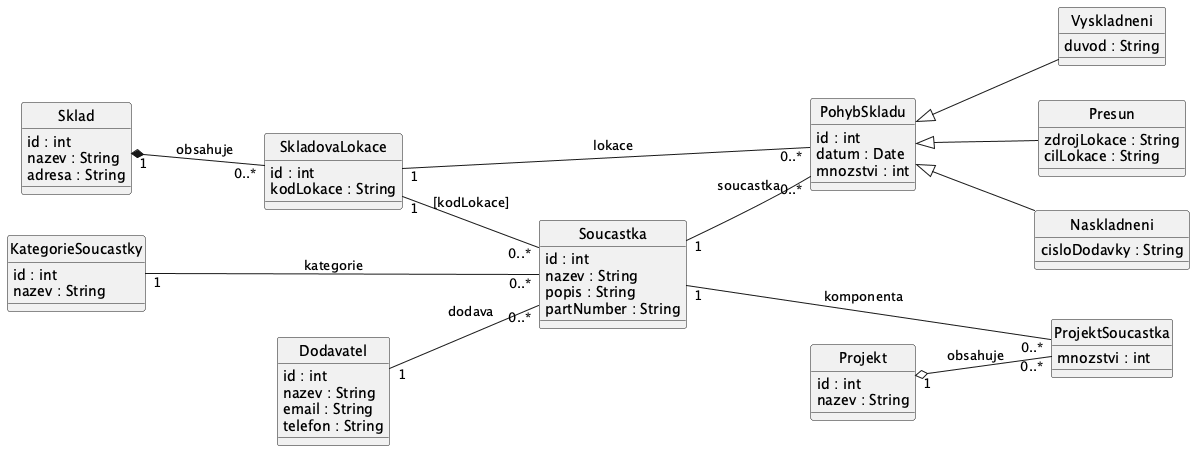
lkvapil/wms-elektronicke-soucastky keeps this PlantUML diagram as docs/images/02a_conceptual_model.png. Above is the earlier version.
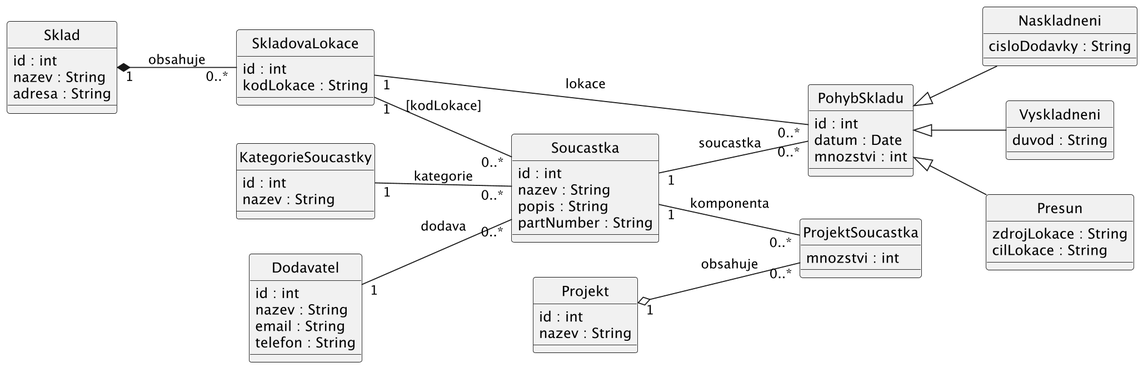
After the change.

Commit message:
feat: scale 1.8, odstraneni skrytych vazeb

Change to the diagram source:
```diff
@@ -1,4 +1,5 @@
 @startuml
+scale 1.8
 left to right direction
 hide circle
 
@@ -60,7 +61,6 @@
   mnozstvi : int
 }
 
-
 KategorieSoucastky "1" -- "0..*" Soucastka : kategorie
 Dodavatel "1" -- "0..*" Soucastka : dodava
 
@@ -77,9 +77,4 @@
 Projekt "1" o-- "0..*" ProjektSoucastka : obsahuje
 Soucastka "1" -- "0..*" ProjektSoucastka : komponenta
 
-
-KategorieSoucastky -[hidden]- Dodavatel
-Soucastka -[hidden]- Projekt
-Sklad -[hidden]- PohybSkladu
-
 @enduml
```
